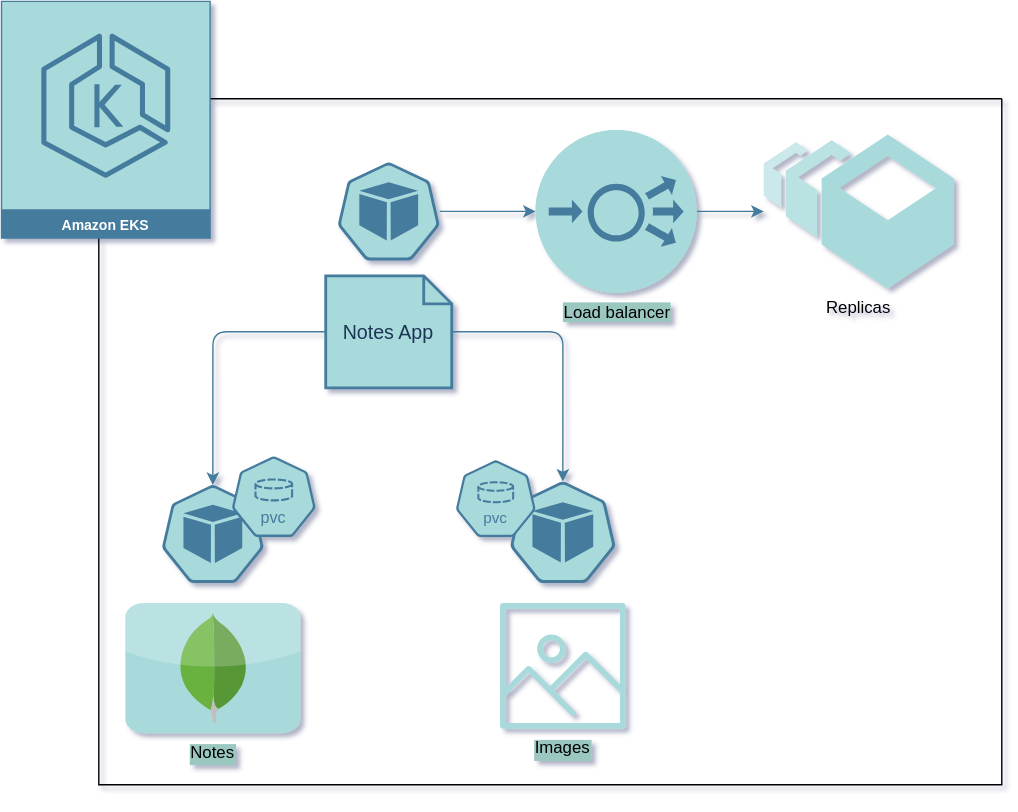
Earlier version of the draw.io export assets/arquitectura.drawio.svg (marcesdan/main). Source tidied: cells renumbered, new cells last; positions are measured from the earlier drawing's top-left corner, leaving out a move shared by most shapes. The source it was exported from:
```xml
<mxGraphModel shadow="1">
  <root>
    <mxCell id="0" />
    <mxCell id="1" parent="0" />
    <mxCell id="2" style="swimlane;startSize=0;fillStyle=auto;rounded=1;labelBackgroundColor=#9AC7BF;fillColor=none;" parent="1" vertex="1">
      <mxGeometry x="70" y="70" width="645" height="490" as="geometry" />
    </mxCell>
    <mxCell id="3" style="html=1;dashed=0;whitespace=wrap;fillColor=#A8DADC;strokeColor=#457B9D;points=[[0.005,0.63,0],[0.1,0.2,0],[0.9,0.2,0],[0.5,0,0],[0.995,0.63,0],[0.72,0.99,0],[0.5,1,0],[0.28,0.99,0]];shape=mxgraph.kubernetes.icon2;prIcon=pod;rounded=1;labelBackgroundColor=none;fontColor=#1D3557;" parent="2" vertex="1">
      <mxGeometry x="293.7" y="273.5" width="75.4" height="72.4" as="geometry" />
    </mxCell>
    <mxCell id="4" value="&lt;div style=&quot;&quot;&gt;&lt;br&gt;&lt;/div&gt;" style="html=1;dashed=0;whitespace=wrap;fillColor=#A8DADC;strokeColor=#457B9D;points=[[0.005,0.63,0],[0.1,0.2,0],[0.9,0.2,0],[0.5,0,0],[0.995,0.63,0],[0.72,0.99,0],[0.5,1,0],[0.28,0.99,0]];shape=mxgraph.kubernetes.icon2;prIcon=pod;align=center;rounded=1;labelBackgroundColor=none;fontColor=#1D3557;" parent="2" vertex="1">
      <mxGeometry x="45" y="275.9" width="72.9" height="70" as="geometry" />
    </mxCell>
    <mxCell id="5" value="Notes" style="dashed=0;align=center;labelPosition=center;verticalLabelPosition=bottom;verticalAlign=top;shape=mxgraph.webicons.mongodb;rounded=1;labelBackgroundColor=#9AC7BF;fillColor=#A8DADC;strokeColor=#457B9D;fontColor=#000000;" parent="2" vertex="1">
      <mxGeometry x="19" y="360.3" width="125" height="92.9" as="geometry" />
    </mxCell>
    <mxCell id="6" value="Images" style="fontColor=#000000;fillColor=#A8DADC;strokeColor=none;dashed=0;verticalLabelPosition=bottom;verticalAlign=top;align=center;fontSize=12;fontStyle=0;shape=mxgraph.aws4.container_registry_image;rounded=1;labelBackgroundColor=#9AC7BF;" parent="2" vertex="1">
      <mxGeometry x="286.6" y="360.3" width="89.7" height="89.7" as="geometry" />
    </mxCell>
    <mxCell id="7" style="html=1;dashed=0;whitespace=wrap;fillColor=#A8DADC;strokeColor=#457B9D;points=[[0.005,0.63,0],[0.1,0.2,0],[0.9,0.2,0],[0.5,0,0],[0.995,0.63,0],[0.72,0.99,0],[0.5,1,0],[0.28,0.99,0]];shape=mxgraph.kubernetes.icon2;prIcon=pod;rounded=1;labelBackgroundColor=none;fontColor=#1D3557;" parent="2" vertex="1">
      <mxGeometry x="170.6" y="45.5" width="72.9" height="70" as="geometry" />
    </mxCell>
    <mxCell id="8" value="Notes App" style="shape=note;strokeWidth=2;fontSize=14;size=20;whiteSpace=wrap;html=1;fillColor=#A8DADC;strokeColor=#457B9D;fontColor=#1D3557;rounded=1;labelBackgroundColor=none;" parent="2" vertex="1">
      <mxGeometry x="162.1" y="126.5" width="90" height="80" as="geometry" />
    </mxCell>
    <mxCell id="9" value="Replicas" style="strokeColor=none;shadow=0;fillColor=#A8DADC;verticalAlign=top;labelPosition=center;verticalLabelPosition=bottom;shape=mxgraph.gcp2.bucket_scale;rounded=1;labelBackgroundColor=none;fontColor=#000000;labelBorderColor=none;" parent="2" vertex="1">
      <mxGeometry x="475" y="25.5" width="135.8" height="110" as="geometry" />
    </mxCell>
    <mxCell id="10" style="edgeStyle=orthogonalEdgeStyle;rounded=1;jettySize=auto;html=1;exitX=0;exitY=0.5;exitDx=0;exitDy=0;exitPerimeter=0;entryX=0.5;entryY=0;entryDx=0;entryDy=0;entryPerimeter=0;labelBackgroundColor=none;strokeColor=#457B9D;fontColor=default;" parent="2" edge="1" source="8" target="4">
      <mxGeometry relative="1" as="geometry" />
    </mxCell>
    <mxCell id="11" style="edgeStyle=orthogonalEdgeStyle;rounded=1;jettySize=auto;html=1;entryX=0.5;entryY=0;entryDx=0;entryDy=0;entryPerimeter=0;labelBackgroundColor=none;strokeColor=#457B9D;fontColor=default;" parent="2" edge="1" source="8" target="3">
      <mxGeometry relative="1" as="geometry" />
    </mxCell>
    <mxCell id="12" style="html=1;dashed=0;whitespace=wrap;fillColor=#A8DADC;strokeColor=#457B9D;shape=mxgraph.kubernetes.icon2;kubernetesLabel=1;prIcon=pvc;rounded=1;labelBackgroundColor=none;fontColor=#1D3557;" parent="2" vertex="1">
      <mxGeometry x="95" y="255.5" width="60" height="57.6" as="geometry" />
    </mxCell>
    <mxCell id="13" style="html=1;dashed=0;whitespace=wrap;fillColor=#A8DADC;strokeColor=#457B9D;shape=mxgraph.kubernetes.icon2;kubernetesLabel=1;prIcon=pvc;rounded=1;labelBackgroundColor=none;fontColor=#1D3557;" parent="2" vertex="1">
      <mxGeometry x="255" y="258.3" width="57.1" height="54.8" as="geometry" />
    </mxCell>
    <mxCell id="14" style="edgeStyle=orthogonalEdgeStyle;rounded=1;jettySize=auto;html=1;labelBackgroundColor=none;strokeColor=#457B9D;fontColor=default;" parent="2" edge="1" source="15" target="9">
      <mxGeometry relative="1" as="geometry" />
    </mxCell>
    <mxCell id="15" value="&lt;span style=&quot;background-color: rgb(154, 199, 191);&quot;&gt;&lt;font color=&quot;#000000&quot;&gt;Load balancer&lt;/font&gt;&lt;/span&gt;" style="fillColor=#A8DADC;verticalLabelPosition=bottom;html=1;strokeColor=#457B9D;verticalAlign=top;align=center;points=[[0.145,0.145,0],[0.5,0,0],[0.855,0.145,0],[1,0.5,0],[0.855,0.855,0],[0.5,1,0],[0.145,0.855,0],[0,0.5,0]];shape=mxgraph.cisco_safe.compositeIcon;bgIcon=ellipse;resIcon=mxgraph.cisco_safe.capability.load_balancer;rounded=1;labelBackgroundColor=none;fontColor=#67AB9F;" parent="2" vertex="1">
      <mxGeometry x="312.1" y="22.4" width="115" height="116.1" as="geometry" />
    </mxCell>
    <mxCell id="16" style="edgeStyle=orthogonalEdgeStyle;rounded=1;jettySize=auto;html=1;labelBackgroundColor=none;strokeColor=#457B9D;fontColor=default;" parent="2" edge="1" source="7" target="15">
      <mxGeometry relative="1" as="geometry" />
    </mxCell>
    <mxCell id="17" value="&lt;font color=&quot;#ffffff&quot;&gt;Amazon EKS&lt;/font&gt;" style="fontColor=#1D3557;strokeColor=#457B9D;fillColor=#A8DADC;dashed=0;verticalLabelPosition=middle;verticalAlign=bottom;align=center;html=1;whiteSpace=wrap;fontSize=10;fontStyle=1;spacing=3;shape=mxgraph.aws4.productIcon;prIcon=mxgraph.aws4.eks;rounded=1;labelBackgroundColor=none;" parent="2" vertex="1">
      <mxGeometry x="-70" y="-70" width="150" height="170" as="geometry" />
    </mxCell>
    <mxCell id="18" style="edgeStyle=orthogonalEdgeStyle;rounded=1;orthogonalLoop=1;jettySize=auto;html=1;exitX=0.5;exitY=1;exitDx=0;exitDy=0;labelBackgroundColor=none;strokeColor=#457B9D;fontColor=default;" parent="1" edge="1" source="2" target="2">
      <mxGeometry relative="1" as="geometry" />
    </mxCell>
  </root>
</mxGraphModel>
```
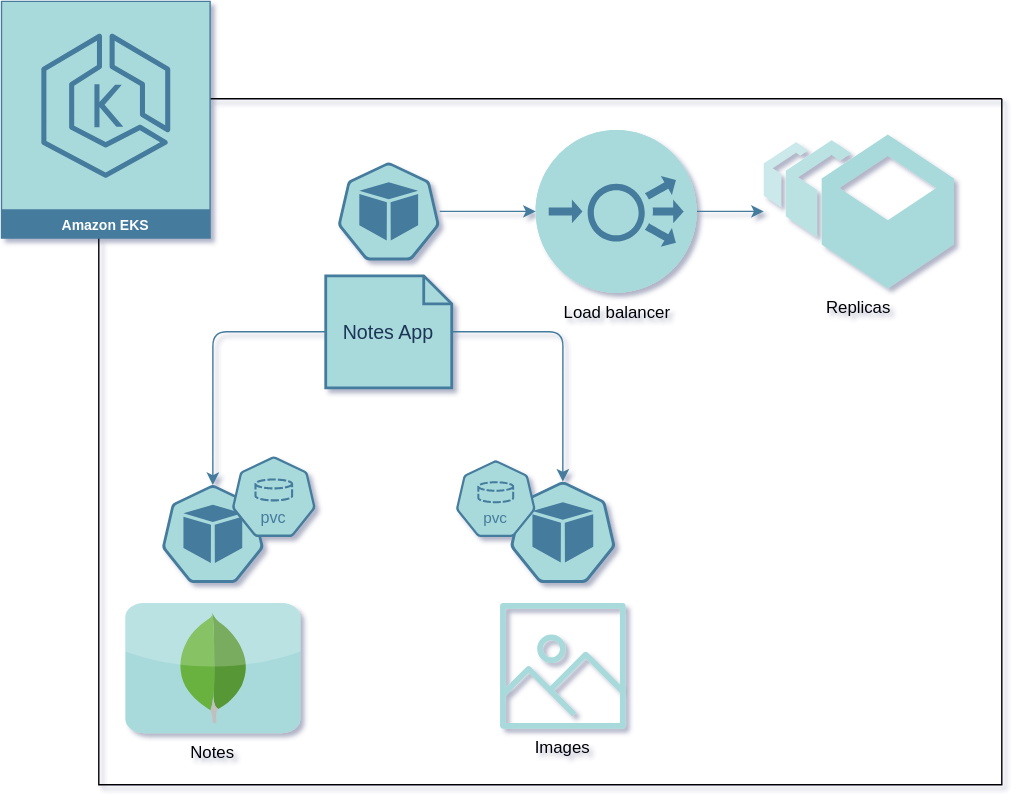
The same diagram one commit later.

The edit, as a diff of the source:
```diff
@@ -2,7 +2,7 @@
   <root>
     <mxCell id="0" />
     <mxCell id="1" parent="0" />
-    <mxCell id="2" style="swimlane;startSize=0;fillStyle=auto;rounded=1;labelBackgroundColor=#9AC7BF;fillColor=none;" parent="1" vertex="1">
+    <mxCell id="2" style="swimlane;startSize=0;fillStyle=auto;rounded=1;labelBackgroundColor=none;fillColor=none;" parent="1" vertex="1">
       <mxGeometry x="70" y="70" width="645" height="490" as="geometry" />
     </mxCell>
     <mxCell id="3" style="html=1;dashed=0;whitespace=wrap;fillColor=#A8DADC;strokeColor=#457B9D;points=[[0.005,0.63,0],[0.1,0.2,0],[0.9,0.2,0],[0.5,0,0],[0.995,0.63,0],[0.72,0.99,0],[0.5,1,0],[0.28,0.99,0]];shape=mxgraph.kubernetes.icon2;prIcon=pod;rounded=1;labelBackgroundColor=none;fontColor=#1D3557;" parent="2" vertex="1">
@@ -11,10 +11,10 @@
     <mxCell id="4" value="&lt;div style=&quot;&quot;&gt;&lt;br&gt;&lt;/div&gt;" style="html=1;dashed=0;whitespace=wrap;fillColor=#A8DADC;strokeColor=#457B9D;points=[[0.005,0.63,0],[0.1,0.2,0],[0.9,0.2,0],[0.5,0,0],[0.995,0.63,0],[0.72,0.99,0],[0.5,1,0],[0.28,0.99,0]];shape=mxgraph.kubernetes.icon2;prIcon=pod;align=center;rounded=1;labelBackgroundColor=none;fontColor=#1D3557;" parent="2" vertex="1">
       <mxGeometry x="45" y="275.9" width="72.9" height="70" as="geometry" />
     </mxCell>
-    <mxCell id="5" value="Notes" style="dashed=0;align=center;labelPosition=center;verticalLabelPosition=bottom;verticalAlign=top;shape=mxgraph.webicons.mongodb;rounded=1;labelBackgroundColor=#9AC7BF;fillColor=#A8DADC;strokeColor=#457B9D;fontColor=#000000;" parent="2" vertex="1">
+    <mxCell id="5" value="Notes" style="dashed=0;align=center;labelPosition=center;verticalLabelPosition=bottom;verticalAlign=top;shape=mxgraph.webicons.mongodb;rounded=1;labelBackgroundColor=none;fillColor=#A8DADC;strokeColor=#457B9D;fontColor=#000000;" parent="2" vertex="1">
       <mxGeometry x="19" y="360.3" width="125" height="92.9" as="geometry" />
     </mxCell>
-    <mxCell id="6" value="Images" style="fontColor=#000000;fillColor=#A8DADC;strokeColor=none;dashed=0;verticalLabelPosition=bottom;verticalAlign=top;align=center;fontSize=12;fontStyle=0;shape=mxgraph.aws4.container_registry_image;rounded=1;labelBackgroundColor=#9AC7BF;" parent="2" vertex="1">
+    <mxCell id="6" value="Images" style="fontColor=#000000;fillColor=#A8DADC;strokeColor=none;dashed=0;verticalLabelPosition=bottom;verticalAlign=top;align=center;fontSize=12;fontStyle=0;shape=mxgraph.aws4.container_registry_image;rounded=1;labelBackgroundColor=none;" parent="2" vertex="1">
       <mxGeometry x="286.6" y="360.3" width="89.7" height="89.7" as="geometry" />
     </mxCell>
     <mxCell id="7" style="html=1;dashed=0;whitespace=wrap;fillColor=#A8DADC;strokeColor=#457B9D;points=[[0.005,0.63,0],[0.1,0.2,0],[0.9,0.2,0],[0.5,0,0],[0.995,0.63,0],[0.72,0.99,0],[0.5,1,0],[0.28,0.99,0]];shape=mxgraph.kubernetes.icon2;prIcon=pod;rounded=1;labelBackgroundColor=none;fontColor=#1D3557;" parent="2" vertex="1">
@@ -41,7 +41,7 @@
     <mxCell id="14" style="edgeStyle=orthogonalEdgeStyle;rounded=1;jettySize=auto;html=1;labelBackgroundColor=none;strokeColor=#457B9D;fontColor=default;" parent="2" edge="1" source="15" target="9">
       <mxGeometry relative="1" as="geometry" />
     </mxCell>
-    <mxCell id="15" value="&lt;span style=&quot;background-color: rgb(154, 199, 191);&quot;&gt;&lt;font color=&quot;#000000&quot;&gt;Load balancer&lt;/font&gt;&lt;/span&gt;" style="fillColor=#A8DADC;verticalLabelPosition=bottom;html=1;strokeColor=#457B9D;verticalAlign=top;align=center;points=[[0.145,0.145,0],[0.5,0,0],[0.855,0.145,0],[1,0.5,0],[0.855,0.855,0],[0.5,1,0],[0.145,0.855,0],[0,0.5,0]];shape=mxgraph.cisco_safe.compositeIcon;bgIcon=ellipse;resIcon=mxgraph.cisco_safe.capability.load_balancer;rounded=1;labelBackgroundColor=none;fontColor=#67AB9F;" parent="2" vertex="1">
+    <mxCell id="15" value="&lt;span style=&quot;&quot;&gt;&lt;font color=&quot;#000000&quot;&gt;Load balancer&lt;/font&gt;&lt;/span&gt;" style="fillColor=#A8DADC;verticalLabelPosition=bottom;html=1;strokeColor=#457B9D;verticalAlign=top;align=center;points=[[0.145,0.145,0],[0.5,0,0],[0.855,0.145,0],[1,0.5,0],[0.855,0.855,0],[0.5,1,0],[0.145,0.855,0],[0,0.5,0]];shape=mxgraph.cisco_safe.compositeIcon;bgIcon=ellipse;resIcon=mxgraph.cisco_safe.capability.load_balancer;rounded=1;labelBackgroundColor=none;fontColor=#67AB9F;" parent="2" vertex="1">
       <mxGeometry x="312.1" y="22.4" width="115" height="116.1" as="geometry" />
     </mxCell>
     <mxCell id="16" style="edgeStyle=orthogonalEdgeStyle;rounded=1;jettySize=auto;html=1;labelBackgroundColor=none;strokeColor=#457B9D;fontColor=default;" parent="2" edge="1" source="7" target="15">
```
